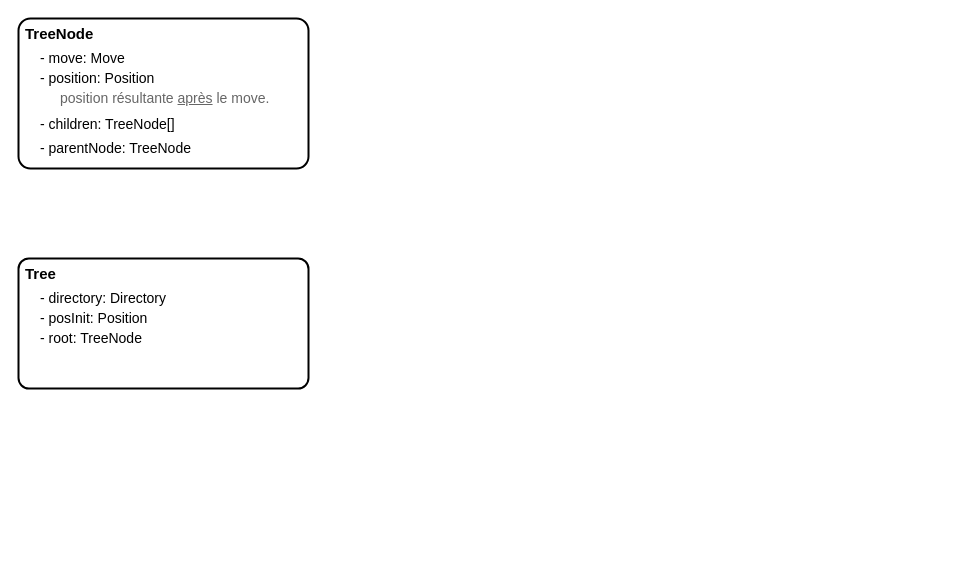
Above: docs/chess-tree.drawio in aromot/chess-app (draw.io), before the change. Source tidied: cells renumbered, new cells numbered last; positions are measured from the earlier drawing's top-left corner, leaving out a move shared by most shapes. Both pictures are drawn from the tidied source at 100%, with x=0, y=0 at pixel (18, 18).
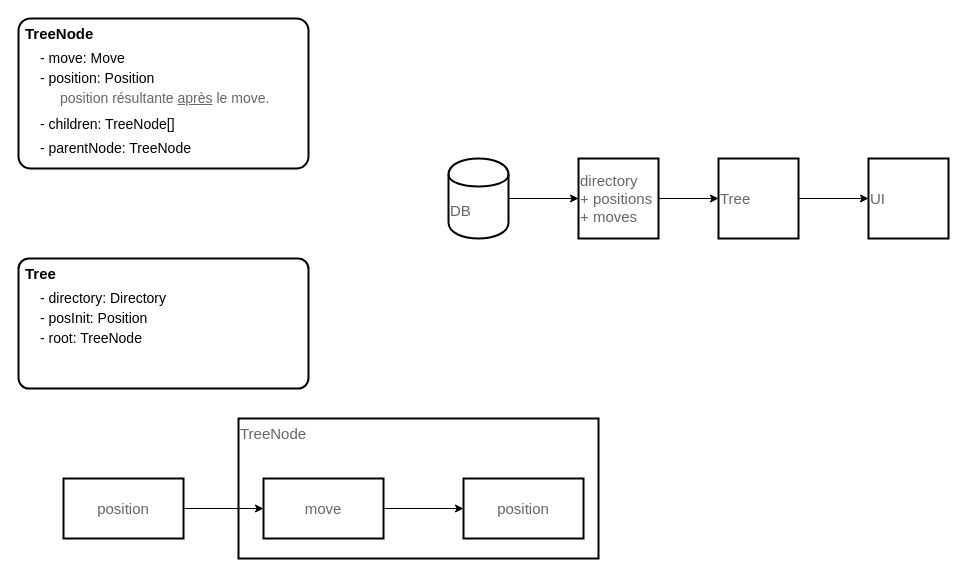
The same page after the edit.

What changed in the source:
```diff
@@
+    <mxCell id="12" value="TreeNode" style="rounded=0;whiteSpace=wrap;html=1;strokeWidth=2;fontSize=15;fontColor=#666666;align=left;verticalAlign=top;" parent="1" vertex="1">
+      <mxGeometry x="220" y="400" width="360" height="140" as="geometry" />
+    </mxCell>
@@
+    <mxCell id="13" style="edgeStyle=orthogonalEdgeStyle;rounded=0;jettySize=auto;html=1;fontSize=15;fontColor=#666666;" parent="1" edge="1" source="14" target="16">
+      <mxGeometry relative="1" as="geometry" />
+    </mxCell>
+    <mxCell id="14" value="DB" style="shape=cylinder;whiteSpace=wrap;html=1;boundedLbl=1;backgroundOutline=1;strokeWidth=2;fontSize=15;fontColor=#666666;align=left;" parent="1" vertex="1">
+      <mxGeometry x="430" y="140" width="60" height="80" as="geometry" />
+    </mxCell>
+    <mxCell id="15" style="edgeStyle=orthogonalEdgeStyle;rounded=0;jettySize=auto;html=1;fontSize=15;fontColor=#666666;" parent="1" edge="1" source="16" target="18">
+      <mxGeometry relative="1" as="geometry" />
+    </mxCell>
+    <mxCell id="16" value="directory&lt;br&gt;+ positions&lt;br&gt;+ moves" style="whiteSpace=wrap;html=1;strokeWidth=2;fontSize=15;fontColor=#666666;align=left;" parent="1" vertex="1">
+      <mxGeometry x="560" y="140" width="80" height="80" as="geometry" />
+    </mxCell>
+    <mxCell id="17" style="edgeStyle=orthogonalEdgeStyle;rounded=0;jettySize=auto;html=1;fontSize=15;fontColor=#666666;" parent="1" edge="1" source="18" target="19">
+      <mxGeometry relative="1" as="geometry" />
+    </mxCell>
+    <mxCell id="18" value="Tree" style="whiteSpace=wrap;html=1;strokeWidth=2;fontSize=15;fontColor=#666666;align=left;" parent="1" vertex="1">
+      <mxGeometry x="700" y="140" width="80" height="80" as="geometry" />
+    </mxCell>
+    <mxCell id="19" value="UI" style="whiteSpace=wrap;html=1;strokeWidth=2;fontSize=15;fontColor=#666666;align=left;" parent="1" vertex="1">
+      <mxGeometry x="850" y="140" width="80" height="80" as="geometry" />
+    </mxCell>
+    <mxCell id="20" style="edgeStyle=orthogonalEdgeStyle;rounded=0;jettySize=auto;html=1;fontSize=15;fontColor=#666666;" parent="1" edge="1" source="21" target="23">
+      <mxGeometry relative="1" as="geometry" />
+    </mxCell>
+    <mxCell id="21" value="position" style="rounded=0;whiteSpace=wrap;html=1;strokeWidth=2;fontSize=15;fontColor=#666666;align=center;" parent="1" vertex="1">
+      <mxGeometry x="45" y="460" width="120" height="60" as="geometry" />
+    </mxCell>
+    <mxCell id="22" style="edgeStyle=orthogonalEdgeStyle;rounded=0;jettySize=auto;html=1;fontSize=15;fontColor=#666666;" parent="1" edge="1" source="23" target="24">
+      <mxGeometry relative="1" as="geometry" />
+    </mxCell>
+    <mxCell id="23" value="move" style="rounded=0;whiteSpace=wrap;html=1;strokeWidth=2;fontSize=15;fontColor=#666666;align=center;" parent="1" vertex="1">
+      <mxGeometry x="245" y="460" width="120" height="60" as="geometry" />
+    </mxCell>
+    <mxCell id="24" value="position" style="rounded=0;whiteSpace=wrap;html=1;strokeWidth=2;fontSize=15;fontColor=#666666;align=center;" parent="1" vertex="1">
+      <mxGeometry x="445" y="460" width="120" height="60" as="geometry" />
+    </mxCell>
```
